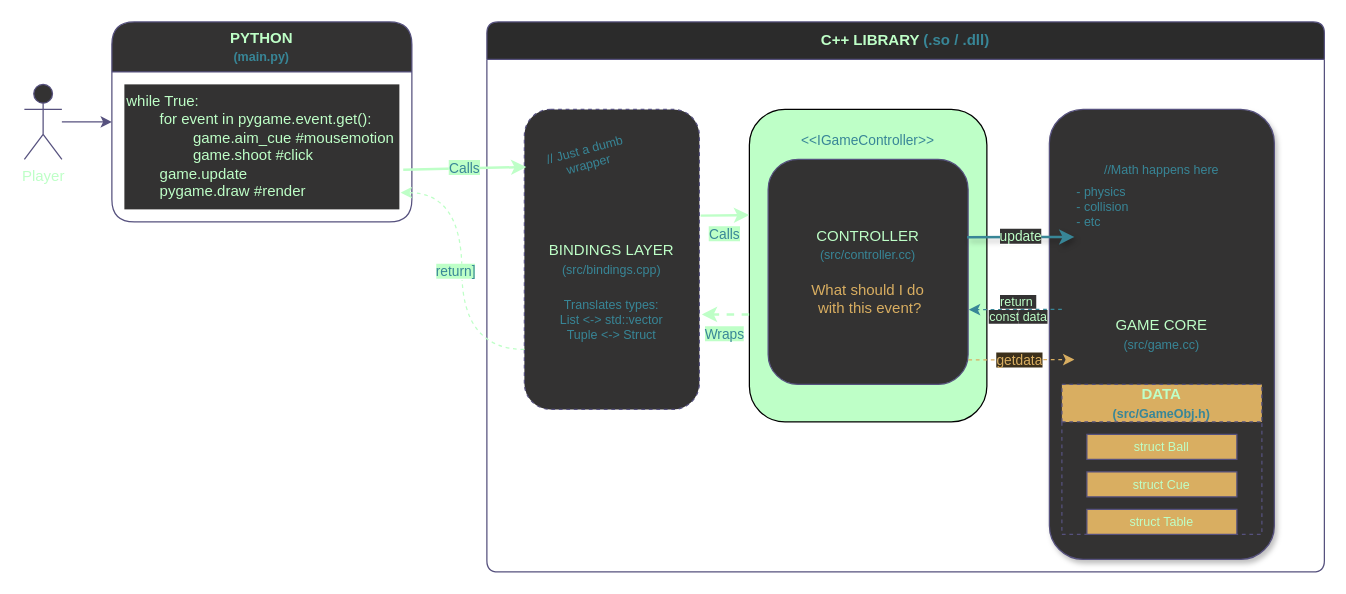
Earlier version of the draw.io diagram diagrams/architecture.drawio (AI-paca/lab2-TIDI25). Source tidied: cells renumbered, new cells numbered last; positions are measured from the earlier drawing's top-left corner, leaving out a move shared by most shapes. Both pictures are drawn from the tidied source at 125%, with x=0, y=0 at pixel (24, 21).
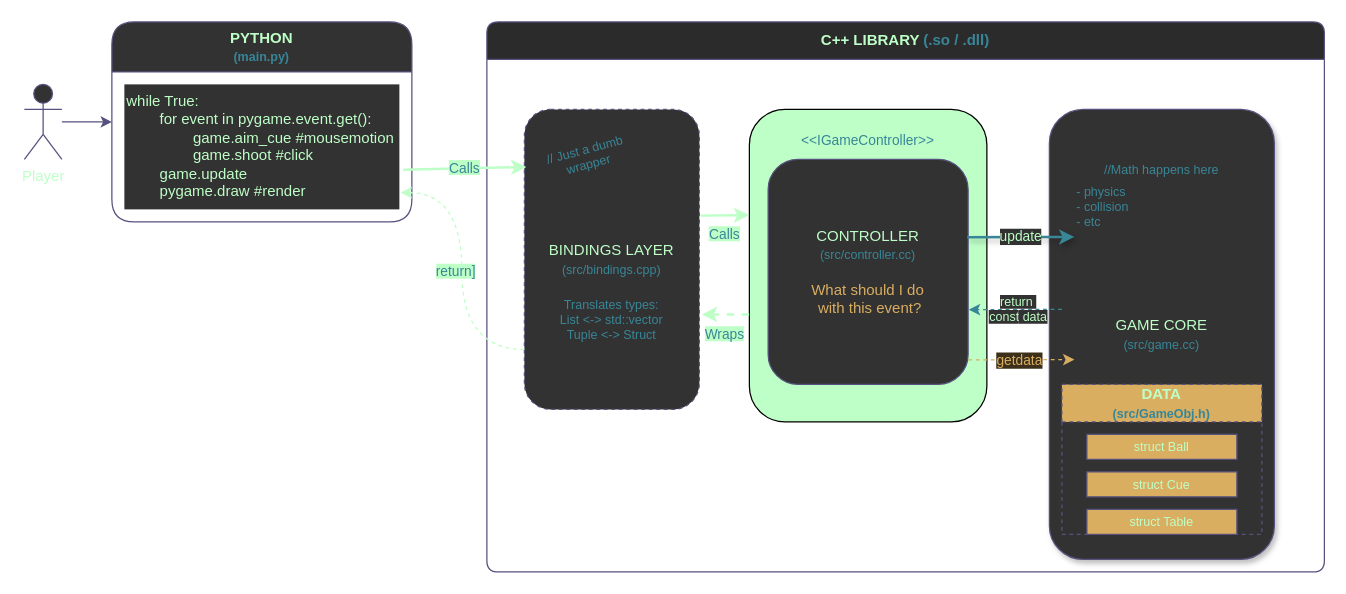
The same diagram, later.

The change refers to these unchanged cells:
```xml
<mxCell id="5" value="&lt;font style=&quot;color: rgb(190, 255, 199);&quot;&gt;C++ LIBRARY &lt;/font&gt;&lt;font style=&quot;color: rgb(56, 134, 151);&quot;&gt;(.so / .dll)&lt;/font&gt;" style="swimlane;whiteSpace=wrap;html=1;fillColor=#2b2b2b;strokeColor=#56517e;fontColor=#388697;startSize=30;rounded=1;arcSize=10;" parent="1" vertex="1">
  <mxGeometry x="370" width="670" height="440" as="geometry" />
</mxCell>
<mxCell id="10" value="&lt;font style=&quot;color: rgb(190, 255, 199);&quot;&gt;CONTROLLER&lt;/font&gt;&lt;div&gt;&lt;font color=&quot;#388697&quot; size=&quot;1&quot;&gt;(src/controller.cc)&lt;/font&gt;&lt;/div&gt;&lt;div&gt;&lt;font color=&quot;#388697&quot; size=&quot;1&quot;&gt;&lt;br&gt;&lt;/font&gt;&lt;/div&gt;&lt;div&gt;&lt;font style=&quot;color: rgb(217, 174, 97);&quot; size=&quot;1&quot;&gt;&lt;font style=&quot;scrollbar-color: rgb(226, 226, 226) rgb(251, 251, 251); font-size: 12px;&quot;&gt;What should I do&lt;/font&gt;&lt;div style=&quot;scrollbar-color: rgb(226, 226, 226) rgb(251, 251, 251); font-size: 12px;&quot;&gt;&lt;font style=&quot;scrollbar-color: rgb(226, 226, 226) rgb(251, 251, 251);&quot;&gt;&amp;nbsp;with this event?&lt;/font&gt;&lt;/div&gt;&lt;/font&gt;&lt;/div&gt;" style="rounded=1;whiteSpace=wrap;html=1;fillColor=#333232;strokeColor=#56517e;fontColor=#BEFFC7;" parent="5" vertex="1">
  <mxGeometry x="225" y="110" width="160" height="180" as="geometry" />
</mxCell>
<mxCell id="24" style="edgeStyle=none;html=1;fontColor=#D9AE61;strokeColor=#D9AE61;dashed=1;exitX=1.001;exitY=0.891;exitDx=0;exitDy=0;exitPerimeter=0;entryX=0.111;entryY=0.556;entryDx=0;entryDy=0;entryPerimeter=0;" parent="5" edge="1" source="10" target="12">
  <mxGeometry relative="1" as="geometry" />
</mxCell>
```

The edit, as a diff of the source:
```diff
@@
-    <mxCell id="19" value="&lt;span style=&quot;background-color: rgb(51, 50, 50);&quot;&gt;&lt;font style=&quot;color: rgb(190, 255, 199);&quot;&gt;update&lt;/font&gt;&lt;/span&gt;" style="edgeStyle=none;html=1;fillColor=#333232;strokeColor=#388697;fontColor=#388697;strokeWidth=2;exitX=0.995;exitY=0.346;exitDx=0;exitDy=0;exitPerimeter=0;shadow=1;" parent="5" edge="1" source="10">
+    <mxCell id="19" value="&lt;span style=&quot;&quot;&gt;&lt;font style=&quot;color: rgb(190, 255, 199);&quot;&gt;update&lt;/font&gt;&lt;/span&gt;" style="edgeStyle=none;html=1;fillColor=#333232;strokeColor=#388697;fontColor=#388697;strokeWidth=2;exitX=0.995;exitY=0.346;exitDx=0;exitDy=0;exitPerimeter=0;shadow=1;labelBackgroundColor=#333232;" parent="5" edge="1" source="10">
       <mxGeometry relative="1" as="geometry">
         <mxPoint x="470" y="172" as="targetPoint" />
       </mxGeometry>
     </mxCell>
@@
-    <mxCell id="25" value="&lt;font style=&quot;color: rgb(217, 174, 97); background-color: rgb(60, 48, 27);&quot;&gt;getdata&lt;/font&gt;" style="edgeLabel;html=1;align=center;verticalAlign=middle;" parent="24" vertex="1">
+    <mxCell id="25" value="&lt;font style=&quot;color: rgb(217, 174, 97);&quot;&gt;getdata&lt;/font&gt;" style="edgeLabel;html=1;align=center;verticalAlign=middle;labelBackgroundColor=#3C301B;" parent="24" vertex="1">
       <mxGeometry relative="1" as="geometry">
         <mxPoint x="-2" as="offset" />
       </mxGeometry>
     </mxCell>
```
